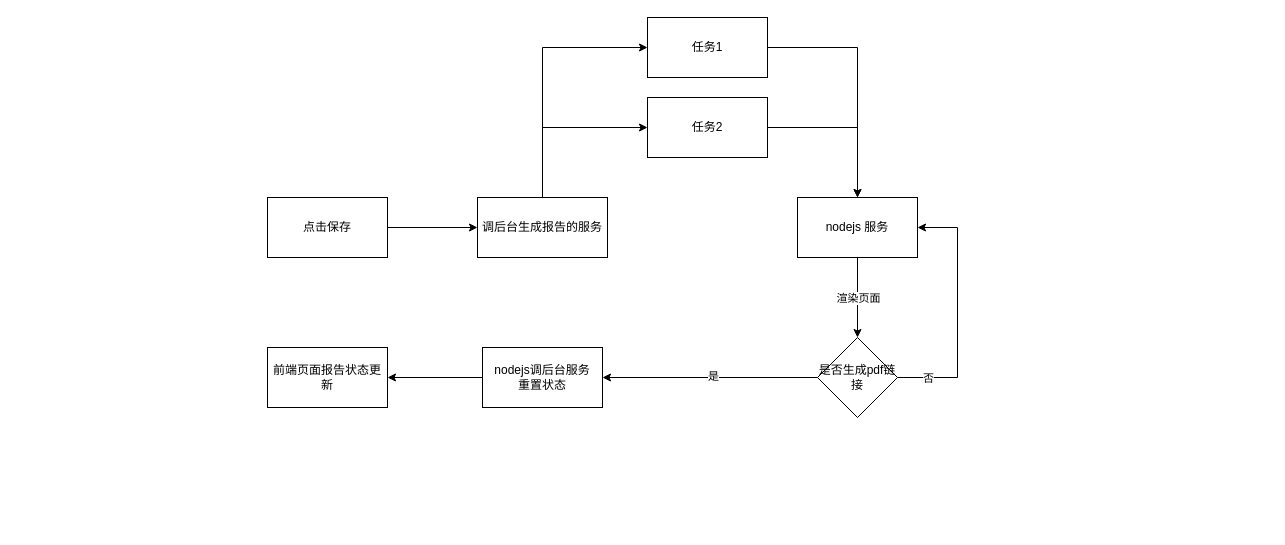
Before: html2pdf.drawio in anxiaok/flowChart, a draw.io diagram. Source tidied: cells renumbered, new cells numbered last; positions are measured from the earlier drawing's top-left corner, leaving out a move shared by most shapes. Both pictures are drawn from the tidied source at 100%, with x=0, y=0 at pixel (267, 17).
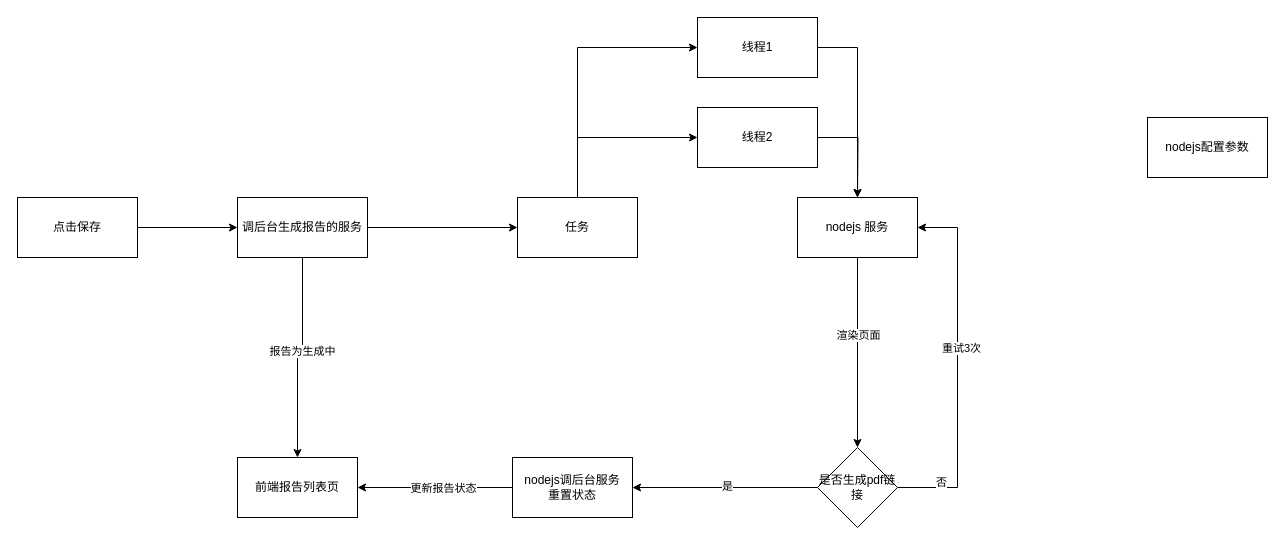
The same page after the edit.

The change refers to these unchanged cells:
```xml
<mxCell id="9" value="nodejs 服务" style="whiteSpace=wrap;html=1;rounded=0;" parent="1" vertex="1">
  <mxGeometry x="530" y="180" width="120" height="60" as="geometry" />
</mxCell>
```

Diff of the diagram source:
```diff
@@
     <mxCell id="3" value="点击保存" style="rounded=0;whiteSpace=wrap;html=1;" parent="1" vertex="1">
-      <mxGeometry y="180" width="120" height="60" as="geometry" />
+      <mxGeometry x="-250" y="180" width="120" height="60" as="geometry" />
     </mxCell>
-    <mxCell id="4" style="edgeStyle=orthogonalEdgeStyle;rounded=0;jettySize=auto;html=1;exitX=0.5;exitY=0;exitDx=0;exitDy=0;entryX=0;entryY=0.5;entryDx=0;entryDy=0;" parent="1" edge="1" source="6" target="11">
-      <mxGeometry relative="1" as="geometry" />
-    </mxCell>
-    <mxCell id="5" style="edgeStyle=orthogonalEdgeStyle;rounded=0;jettySize=auto;html=1;exitX=0.5;exitY=0;exitDx=0;exitDy=0;entryX=0;entryY=0.5;entryDx=0;entryDy=0;" parent="1" edge="1" source="6" target="15">
-      <mxGeometry relative="1" as="geometry" />
-    </mxCell>
+    <mxCell id="22" style="edgeStyle=orthogonalEdgeStyle;rounded=0;jettySize=auto;html=1;" parent="1" edge="1" source="6" target="30">
+      <mxGeometry relative="1" as="geometry" />
+    </mxCell>
+    <mxCell id="23" style="edgeStyle=orthogonalEdgeStyle;rounded=0;jettySize=auto;html=1;exitX=0.5;exitY=1;exitDx=0;exitDy=0;entryX=0.5;entryY=0;entryDx=0;entryDy=0;" parent="1" edge="1" source="6" target="35">
+      <mxGeometry relative="1" as="geometry" />
+    </mxCell>
+    <mxCell id="24" value="报告为生成中" style="edgeLabel;html=1;align=center;verticalAlign=middle;" parent="23" vertex="1">
+      <mxGeometry x="-0.09" y="-1" relative="1" as="geometry" />
+    </mxCell>
     <mxCell id="6" value="调后台生成报告的服务" style="rounded=0;whiteSpace=wrap;html=1;" parent="1" vertex="1">
-      <mxGeometry x="210" y="180" width="130" height="60" as="geometry" />
+      <mxGeometry x="-30" y="180" width="130" height="60" as="geometry" />
     </mxCell>
@@
-    <mxCell id="10" style="edgeStyle=orthogonalEdgeStyle;rounded=0;jettySize=auto;html=1;exitX=1;exitY=0.5;exitDx=0;exitDy=0;entryX=0.5;entryY=0;entryDx=0;entryDy=0;" parent="1" edge="1" source="11" target="9">
-      <mxGeometry relative="1" as="geometry" />
-    </mxCell>
-    <mxCell id="11" value="任务1" style="whiteSpace=wrap;html=1;rounded=0;" parent="1" vertex="1">
-      <mxGeometry x="380" width="120" height="60" as="geometry" />
-    </mxCell>
-    <mxCell id="12" style="edgeStyle=orthogonalEdgeStyle;rounded=0;jettySize=auto;html=1;" parent="1" edge="1" source="13" target="16">
-      <mxGeometry relative="1" as="geometry" />
-    </mxCell>
+    <mxCell id="25" style="edgeStyle=orthogonalEdgeStyle;rounded=0;jettySize=auto;html=1;exitX=0;exitY=0.5;exitDx=0;exitDy=0;entryX=1;entryY=0.5;entryDx=0;entryDy=0;" parent="1" edge="1" source="13" target="35">
+      <mxGeometry relative="1" as="geometry" />
+    </mxCell>
+    <mxCell id="26" value="更新报告状态" style="edgeLabel;html=1;align=center;verticalAlign=middle;" parent="25" vertex="1">
+      <mxGeometry x="0.1" y="-1" relative="1" as="geometry">
+        <mxPoint x="15" y="1" as="offset" />
+      </mxGeometry>
+    </mxCell>
     <mxCell id="13" value="nodejs调后台服务&lt;br&gt;重置状态" style="whiteSpace=wrap;html=1;rounded=0;" parent="1" vertex="1">
-      <mxGeometry x="215" y="330" width="120" height="60" as="geometry" />
+      <mxGeometry x="245" y="440" width="120" height="60" as="geometry" />
     </mxCell>
-    <mxCell id="14" style="edgeStyle=orthogonalEdgeStyle;rounded=0;jettySize=auto;html=1;exitX=1;exitY=0.5;exitDx=0;exitDy=0;entryX=0.5;entryY=0;entryDx=0;entryDy=0;" parent="1" edge="1" source="15" target="9">
-      <mxGeometry relative="1" as="geometry" />
-    </mxCell>
-    <mxCell id="15" value="任务2" style="whiteSpace=wrap;html=1;rounded=0;" parent="1" vertex="1">
-      <mxGeometry x="380" y="80" width="120" height="60" as="geometry" />
-    </mxCell>
-    <mxCell id="16" value="前端页面报告状态更新" style="whiteSpace=wrap;html=1;rounded=0;" parent="1" vertex="1">
-      <mxGeometry y="330" width="120" height="60" as="geometry" />
-    </mxCell>
     <mxCell id="17" style="edgeStyle=orthogonalEdgeStyle;rounded=0;jettySize=auto;html=1;exitX=1;exitY=0.5;exitDx=0;exitDy=0;entryX=1;entryY=0.5;entryDx=0;entryDy=0;" parent="1" edge="1" source="21" target="9">
       <mxGeometry relative="1" as="geometry">
         <Array as="points">
-          <mxPoint x="690" y="360" />
+          <mxPoint x="690" y="470" />
           <mxPoint x="690" y="210" />
         </Array>
       </mxGeometry>
     </mxCell>
@@
+    <mxCell id="27" value="重试3次" style="edgeLabel;html=1;align=center;verticalAlign=middle;" parent="17" vertex="1">
+      <mxGeometry x="0.11" y="-3" relative="1" as="geometry" />
+    </mxCell>
@@
     <mxCell id="21" value="是否生成pdf链接" style="rhombus;whiteSpace=wrap;html=1;rounded=0;" parent="1" vertex="1">
-      <mxGeometry x="550" y="320" width="80" height="80" as="geometry" />
+      <mxGeometry x="550" y="430" width="80" height="80" as="geometry" />
     </mxCell>
+    <mxCell id="28" style="edgeStyle=orthogonalEdgeStyle;rounded=0;jettySize=auto;html=1;exitX=0.5;exitY=0;exitDx=0;exitDy=0;entryX=0;entryY=0.5;entryDx=0;entryDy=0;" parent="1" edge="1" source="30" target="32">
+      <mxGeometry relative="1" as="geometry" />
+    </mxCell>
+    <mxCell id="29" style="edgeStyle=orthogonalEdgeStyle;rounded=0;jettySize=auto;html=1;exitX=0.5;exitY=0;exitDx=0;exitDy=0;entryX=0;entryY=0.5;entryDx=0;entryDy=0;" parent="1" edge="1" source="30" target="34">
+      <mxGeometry relative="1" as="geometry" />
+    </mxCell>
+    <mxCell id="30" value="任务" style="whiteSpace=wrap;html=1;rounded=0;" parent="1" vertex="1">
+      <mxGeometry x="250" y="180" width="120" height="60" as="geometry" />
+    </mxCell>
+    <mxCell id="31" style="edgeStyle=orthogonalEdgeStyle;rounded=0;jettySize=auto;html=1;exitX=1;exitY=0.5;exitDx=0;exitDy=0;entryX=0.5;entryY=0;entryDx=0;entryDy=0;" parent="1" edge="1" source="32" target="9">
+      <mxGeometry relative="1" as="geometry" />
+    </mxCell>
+    <mxCell id="32" value="线程1" style="whiteSpace=wrap;html=1;" parent="1" vertex="1">
+      <mxGeometry x="430" width="120" height="60" as="geometry" />
+    </mxCell>
+    <mxCell id="33" style="edgeStyle=orthogonalEdgeStyle;rounded=0;jettySize=auto;html=1;exitX=1;exitY=0.5;exitDx=0;exitDy=0;" parent="1" edge="1" source="34">
+      <mxGeometry relative="1" as="geometry">
+        <mxPoint x="590" y="180" as="targetPoint" />
+      </mxGeometry>
+    </mxCell>
+    <mxCell id="34" value="线程2" style="whiteSpace=wrap;html=1;" parent="1" vertex="1">
+      <mxGeometry x="430" y="90" width="120" height="60" as="geometry" />
+    </mxCell>
+    <mxCell id="35" value="前端报告列表页" style="whiteSpace=wrap;html=1;" parent="1" vertex="1">
+      <mxGeometry x="-30" y="440" width="120" height="60" as="geometry" />
+    </mxCell>
+    <mxCell id="36" value="nodejs配置参数" style="whiteSpace=wrap;html=1;" parent="1" vertex="1">
+      <mxGeometry x="880" y="100" width="120" height="60" as="geometry" />
+    </mxCell>
```
